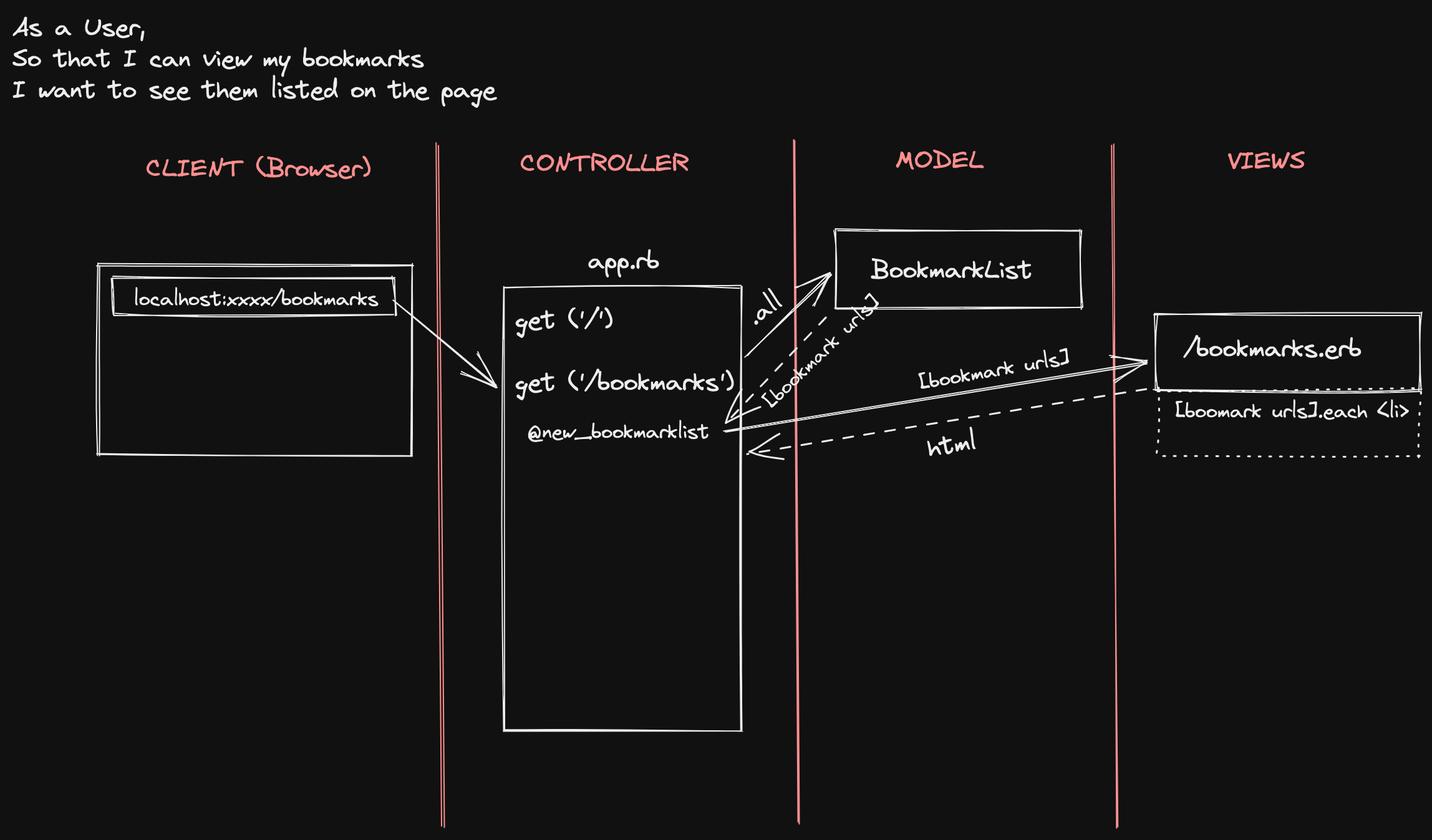
lacurnow/Bookmarks_databases keeps this Excalidraw diagram as bookmarks_domain_model_v2.png. Above is the earlier version. Source tidied: one line per element, renumbered; positions are measured from the earlier drawing's top-left corner, leaving out a move shared by most shapes.
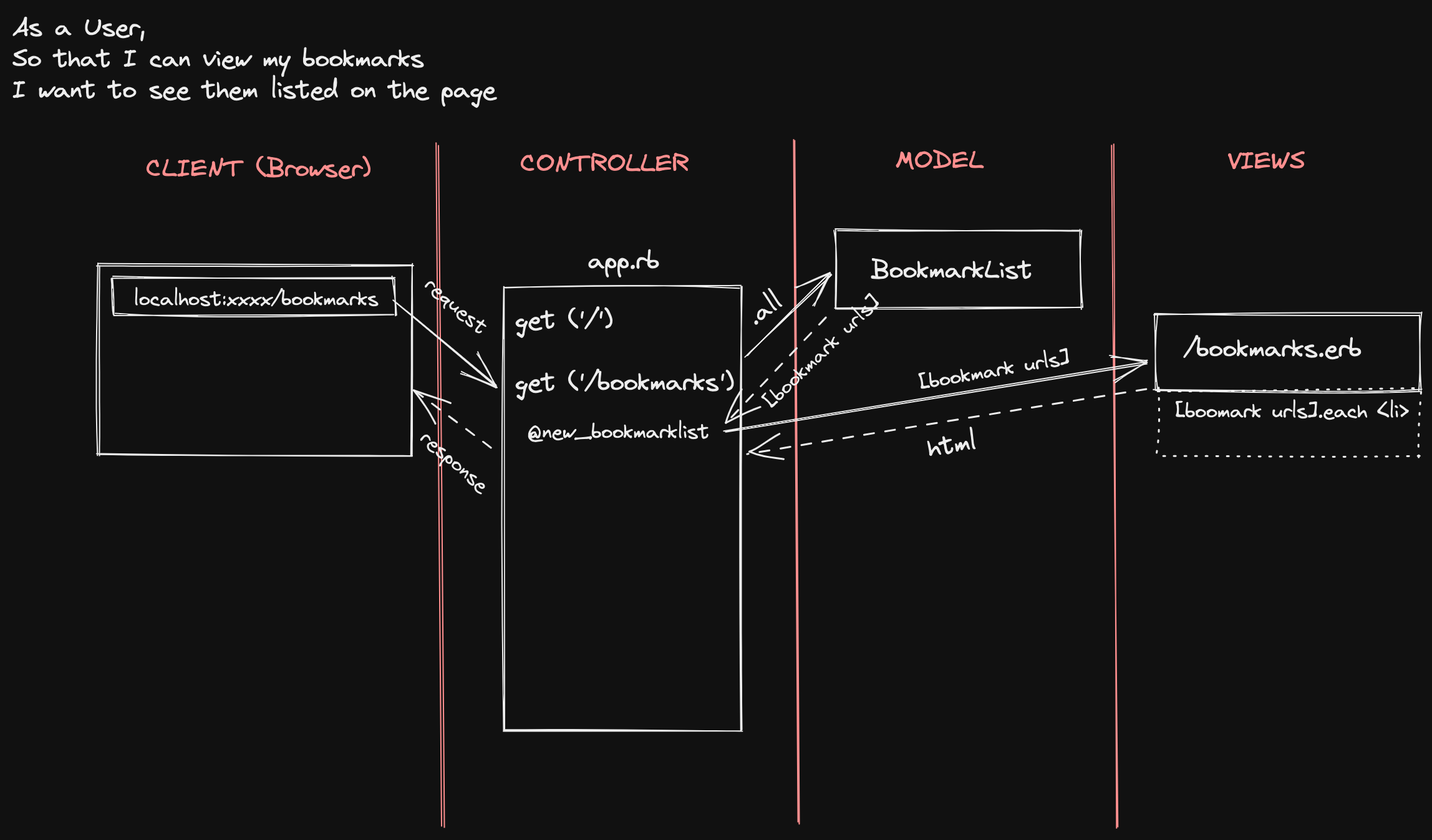
Later version of the same file.

Commit message:
Updated domain model again

The edit, as a diff of the source:
```diff
@@ -28,3 +28,6 @@
 {"id": 27, "type": "arrow", "strokeColor": "#000000", "strokeWidth": 1, "roughness": 1, "endArrowhead": "arrow", "from": 26, "to": 19, "x": 306, "y": 232, "width": 82, "height": 68, "points": [[0, 0], [82, 68]]}
 {"id": 28, "type": "rectangle", "strokeColor": "#000000", "strokeWidth": 1, "strokeStyle": "dotted", "roughness": 1, "x": 918, "y": 303, "width": 211, "height": 52}
 {"id": 29, "type": "text", "text": "[boomark urls].each <li>", "strokeColor": "#000000", "strokeWidth": 1, "strokeStyle": "dotted", "roughness": 1, "fontSize": 16, "fontFamily": 1, "x": 932, "y": 310, "width": 188, "height": 20}
+{"id": 30, "type": "arrow", "strokeColor": "#000000", "strokeWidth": 1, "strokeStyle": "dashed", "roughness": 1, "endArrowhead": "arrow", "from": 12, "to": 4, "x": 383, "y": 349, "width": 61, "height": 45, "points": [[0, 0], [-61, -45]]}
+{"id": 31, "type": "text", "text": "response", "strokeColor": "#000000", "angle": 0.71, "strokeWidth": 1, "strokeStyle": "dashed", "roughness": 1, "fontSize": 16, "fontFamily": 1, "x": 321, "y": 351, "width": 67, "height": 20}
+{"id": 32, "type": "text", "text": "request", "strokeColor": "#000000", "angle": 0.71, "strokeWidth": 1, "strokeStyle": "dashed", "roughness": 1, "fontSize": 16, "fontFamily": 1, "x": 325, "y": 226, "width": 61, "height": 20}
```
